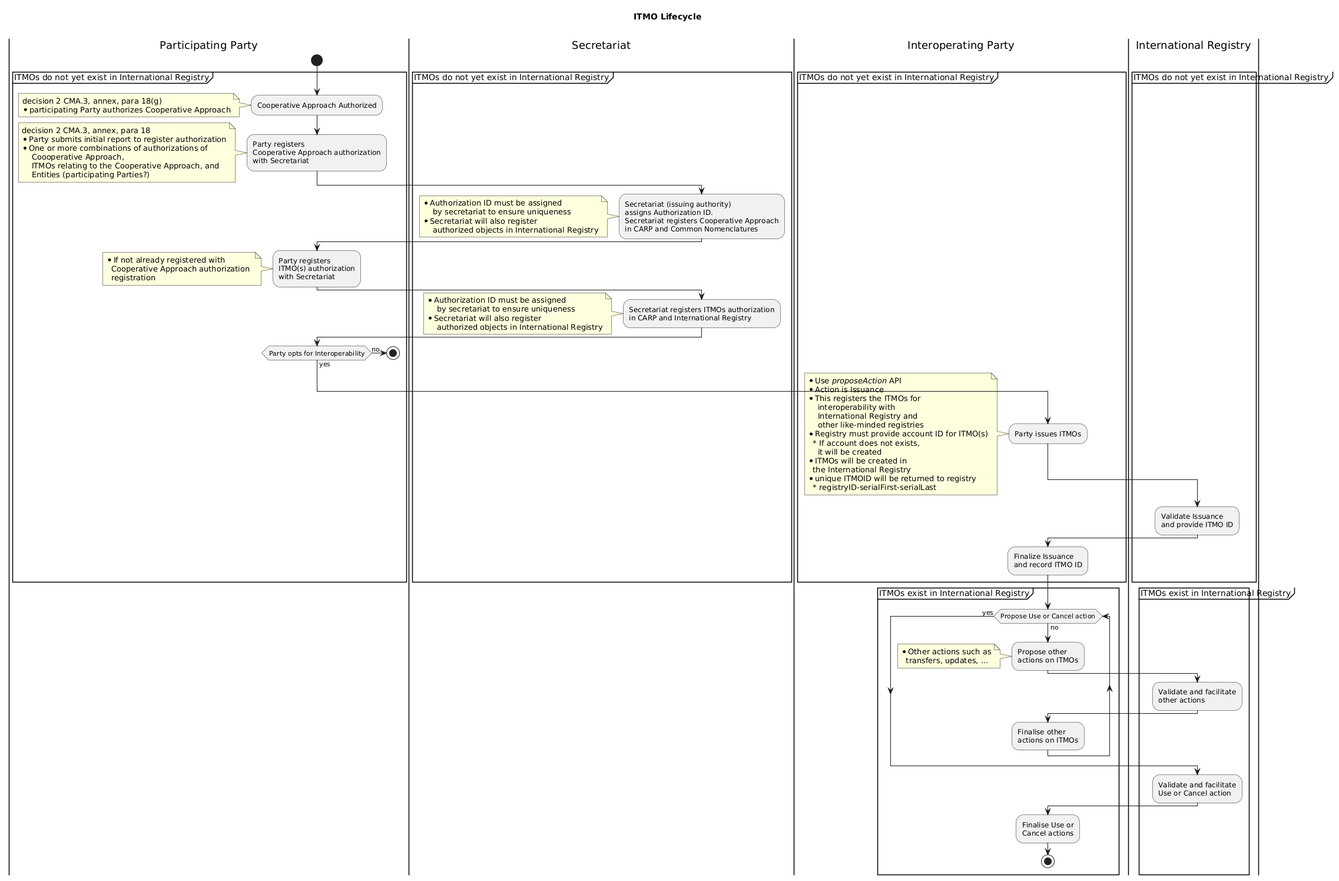
The PlantUML diagram diagrams/ITMO Lifecycle Activity.png in frankcnng/CARP, before a commit.
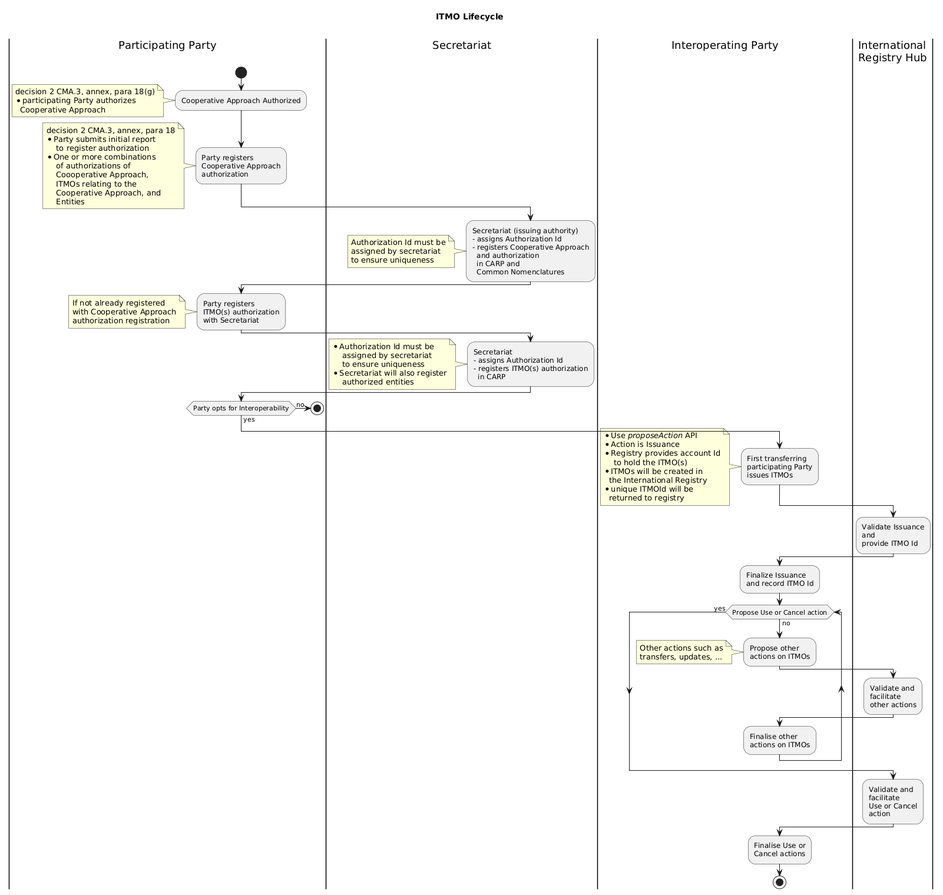
The same diagram one commit later.

Commit message:
Commit from GitHub Actions (Run linters and build artifacts)

What changed in the source:
```diff
@@ -5,115 +5,119 @@
 
 start
 
-partition ITMOs do not yet exist in International Registry {
 
     :Cooperative Approach Authorized;
       note left
         decision 2 CMA.3, annex, para 18(g)
-        * participating Party authorizes Cooperative Approach
+        * participating Party authorizes
+          Cooperative Approach
       end note
 
     :Party registers
-    Cooperative Approach authorization
-    with Secretariat;
+    Cooperative Approach
+    authorization;
       note left
         decision 2 CMA.3, annex, para 18
-        * Party submits initial report to register authorization
-        * One or more combinations of authorizations of
+        * Party submits initial report
+            to register authorization
+        * One or more combinations
+            of authorizations of
             Coooperative Approach,
-            ITMOs relating to the Cooperative Approach, and
-            Entities (participating Parties?)
+            ITMOs relating to the
+            Cooperative Approach, and
+            Entities
       end note
     |Secretariat|
     :Secretariat (issuing authority)
-    assigns Authorization ID.
-    Secretariat registers Cooperative Approach
-    in CARP and Common Nomenclatures;
+    - assigns Authorization Id
+    - registers Cooperative Approach
+      and authorization
+      in CARP and
+      Common Nomenclatures;
       note left
-        * Authorization ID must be assigned
-            by secretariat to ensure uniqueness
-        * Secretariat will also register
-            authorized objects in International Registry
+        Authorization Id must be
+        assigned by secretariat
+        to ensure uniqueness
       end note
     |Participating Party|
     :Party registers
     ITMO(s) authorization
     with Secretariat;
       note left
-          * If not already registered with
-            Cooperative Approach authorization
-            registration
+          If not already registered
+          with Cooperative Approach
+          authorization registration
       end note
 
     |Secretariat|
-    :Secretariat registers ITMOs authorization
-    in CARP and International Registry;
+    :Secretariat
+    - assigns Authorization Id
+    - registers ITMO(s) authorization
+      in CARP;
       note left
-        * Authorization ID must be assigned
-            by secretariat to ensure uniqueness
+        * Authorization Id must be
+            assigned by secretariat
+            to ensure uniqueness
         * Secretariat will also register
-            authorized objects in International Registry
+            authorized entities
       end note
 
     |Participating Party|
     if (Party opts for Interoperability) then (yes)
 
       |Interoperating Party|
-      :Party issues ITMOs;
+      :First transferring\nparticipating Party\nissues ITMOs;
         note left
         * Use //proposeAction// API
         * Action is Issuance
-        * This registers the ITMOs for
-            interoperability with
-            International Registry and
-            other like-minded registries
-        * Registry must provide account ID for ITMO(s)
-          * If account does not exists,
-            it will be created
+        * Registry provides account Id
+            to hold the ITMO(s)
         * ITMOs will be created in
           the International Registry
-        * unique ITMOID will be returned to registry
-          * registryID-serialFirst-serialLast
+        * unique ITMOId will be
+          returned to registry
         end note
-      |International Registry|
+      |International\nRegistry Hub|
       :Validate Issuance
-      and provide ITMO ID;
+      and
+      provide ITMO Id;
 
       |Interoperating Party|
       :Finalize Issuance
-      and record ITMO ID;
+      and record ITMO Id;
     else (no)
       |Participating Party|
       stop
 
   endif
-}
 
 |Interoperating Party|
-partition ITMOs exist in International Registry {
+
 
   while (Propose Use or Cancel action) is (no)
 
     :Propose other
     actions on ITMOs;
       note left
-      * Other actions such as
-        transfers, updates, ...
+      Other actions such as
+      transfers, updates, ...
       end note
-    |International Registry|
-    :Validate and facilitate
+    |International\nRegistry Hub|
+    :Validate and
+    facilitate
     other actions;
     |Interoperating Party|
     :Finalise other
     actions on ITMOs;
   endwhile (yes)
-    |International Registry|
-    :Validate and facilitate
-    Use or Cancel action;
+    |International\nRegistry Hub|
+    :Validate and
+    facilitate
+    Use or Cancel
+    action;
     |Interoperating Party|
     :Finalise Use or
     Cancel actions;
     stop
-}
 
 @enduml
```
